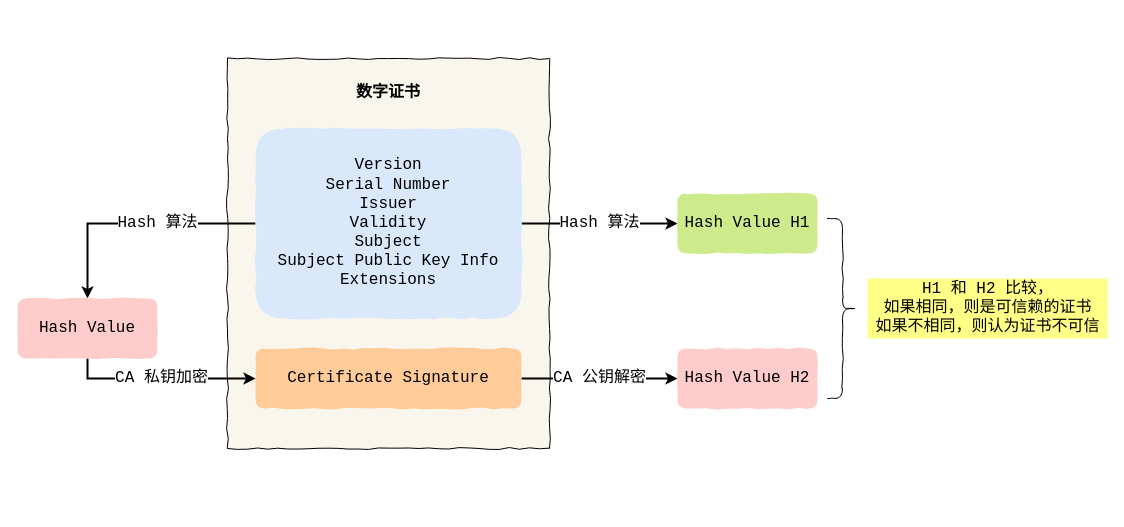
xiaolincoder/ImageHost4 keeps this draw.io diagram as 网络/https/证书的校验.drawio. Above is the earlier version. Source tidied: cells renumbered, new cells numbered last; positions are measured from the earlier drawing's top-left corner, leaving out a move shared by most shapes. Both pictures are drawn from the tidied source at 100%, with x=0, y=0 at pixel (17, 58).
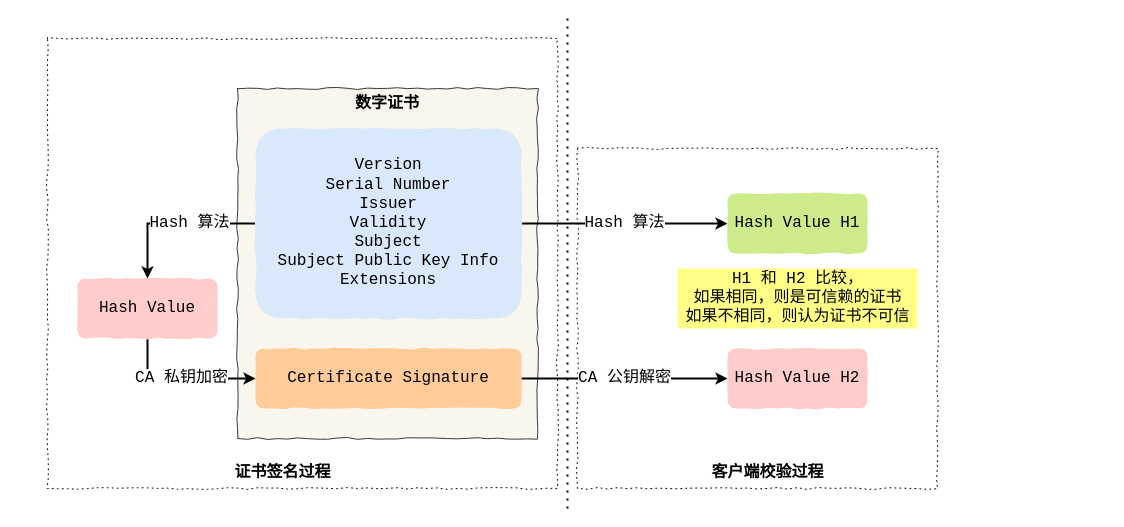
The same diagram, later.

Commit message (it also covers changes not shown here):
更新证书的校验.drawio

The change refers to these unchanged cells:
```xml
<mxCell id="5" value="&lt;div style=&quot;overflow: auto ; margin-top: 0px ; margin-bottom: 0px ; font-size: 16px&quot; class=&quot;newpage&quot;&gt;&lt;span&gt;Version&lt;/span&gt;&lt;/div&gt;&lt;div style=&quot;overflow: auto ; margin-top: 0px ; margin-bottom: 0px ; font-size: 16px&quot; class=&quot;newpage&quot;&gt;&lt;span&gt;Serial Number&lt;/span&gt;&lt;/div&gt;&lt;div style=&quot;overflow: auto ; margin-top: 0px ; margin-bottom: 0px ; font-size: 16px&quot; class=&quot;newpage&quot;&gt;&lt;span&gt;Issuer&lt;/span&gt;&lt;/div&gt;&lt;div style=&quot;overflow: auto ; margin-top: 0px ; margin-bottom: 0px ; font-size: 16px&quot; class=&quot;newpage&quot;&gt;&lt;span&gt;Validity&lt;/span&gt;&lt;/div&gt;&lt;div style=&quot;overflow: auto ; margin-top: 0px ; margin-bottom: 0px ; font-size: 16px&quot; class=&quot;newpage&quot;&gt;&lt;span&gt;Subject&lt;/span&gt;&lt;/div&gt;&lt;div style=&quot;overflow: auto ; margin-top: 0px ; margin-bottom: 0px ; font-size: 16px&quot; class=&quot;newpage&quot;&gt;&lt;span&gt;Subject Public Key Info&lt;/span&gt;&lt;/div&gt;&lt;div style=&quot;overflow: auto ; margin-top: 0px ; margin-bottom: 0px ; font-size: 16px&quot; class=&quot;newpage&quot;&gt;&lt;span&gt;Extensions&lt;/span&gt;&lt;/div&gt;&lt;div style=&quot;overflow: auto ; margin-top: 0px ; margin-bottom: 0px ; font-size: 16px&quot; class=&quot;newpage&quot;&gt;&lt;font style=&quot;font-size: 16px&quot;&gt;&lt;/font&gt;&lt;/div&gt;" style="rounded=1;whiteSpace=wrap;html=1;sketch=0;shadow=0;comic=1;fontFamily=Courier New;labelBackgroundColor=none;fillColor=#dae8fc;fontSize=16;align=center;strokeColor=none;fontStyle=0;" parent="1" vertex="1">
  <mxGeometry x="238" y="70" width="266" height="190" as="geometry" />
</mxCell>
<mxCell id="7" value="&lt;div style=&quot;overflow: auto ; margin-top: 0px ; margin-bottom: 0px&quot; class=&quot;newpage&quot;&gt;&lt;span&gt;Certificate Signature&lt;/span&gt;&lt;br&gt;&lt;/div&gt;&lt;div style=&quot;overflow: auto ; margin-top: 0px ; margin-bottom: 0px ; font-size: 16px&quot; class=&quot;newpage&quot;&gt;&lt;font style=&quot;font-size: 16px&quot;&gt;&lt;/font&gt;&lt;/div&gt;" style="rounded=1;whiteSpace=wrap;html=1;sketch=0;shadow=0;comic=1;fontFamily=Courier New;labelBackgroundColor=none;fillColor=#ffcc99;fontSize=16;align=center;fontStyle=0;strokeColor=none;" parent="1" vertex="1">
  <mxGeometry x="238" y="290" width="266" height="60" as="geometry" />
</mxCell>
```

What changed in the source:
```diff
@@
+    <mxCell id="14" style="rounded=0;whiteSpace=wrap;html=1;shadow=0;comic=1;sketch=0;fontFamily=Courier New;fontSize=16;align=center;dashed=1;dashPattern=1 4;" parent="1" vertex="1">
+      <mxGeometry x="30" y="-20" width="510" height="450" as="geometry" />
+    </mxCell>
+    <mxCell id="15" style="rounded=0;whiteSpace=wrap;html=1;shadow=0;comic=1;sketch=0;fontFamily=Courier New;fontSize=16;align=center;dashed=1;dashPattern=1 4;" parent="1" vertex="1">
+      <mxGeometry x="560" y="90" width="360" height="340" as="geometry" />
+    </mxCell>
+    <mxCell id="16" style="endArrow=none;dashed=1;html=1;dashPattern=1 3;strokeWidth=2;fontFamily=Courier New;fontSize=16;fontColor=#000000;" parent="1" edge="1">
+      <mxGeometry relative="1" as="geometry">
+        <mxPoint x="550" y="450" as="sourcePoint" />
+        <mxPoint x="550" y="-40" as="targetPoint" />
+      </mxGeometry>
+    </mxCell>
-    <mxCell id="2" value="&lt;b&gt;&lt;br&gt;数字证书&lt;/b&gt;" style="rounded=0;whiteSpace=wrap;html=1;shadow=0;comic=1;sketch=0;fontFamily=Courier New;fontSize=16;align=center;horizontal=1;verticalAlign=top;fillColor=#f9f7ed;" parent="1" vertex="1">
-      <mxGeometry x="210" width="322" height="390" as="geometry" />
+    <mxCell id="2" value="&lt;b&gt;数字证书&lt;/b&gt;" style="rounded=0;whiteSpace=wrap;html=1;shadow=0;comic=1;sketch=0;fontFamily=Courier New;fontSize=16;align=center;horizontal=1;verticalAlign=top;fillColor=#f9f7ed;strokeColor=#36393d;" parent="1" vertex="1">
+      <mxGeometry x="220" y="30" width="300" height="350" as="geometry" />
     </mxCell>
     <mxCell id="3" value="Hash 算法" style="edgeStyle=orthogonalEdgeStyle;rounded=0;jettySize=auto;html=1;entryX=0.5;entryY=0;entryDx=0;entryDy=0;strokeWidth=2;fontFamily=Courier New;fontSize=16;fontColor=#000000;" parent="1" edge="1" source="5" target="9">
       <mxGeometry x="-0.19" relative="1" as="geometry">
         <Array as="points">
-          <mxPoint x="70" y="165" />
-          <mxPoint x="70" y="230" />
+          <mxPoint x="130" y="165" />
         </Array>
       </mxGeometry>
     </mxCell>
@@
-    <mxCell id="8" value="CA 私钥加密" style="edgeStyle=orthogonalEdgeStyle;rounded=0;jettySize=auto;html=1;strokeWidth=2;fontFamily=Courier New;fontSize=16;fontColor=#000000;exitX=0.5;exitY=1;exitDx=0;exitDy=0;" parent="1" edge="1" source="9" target="7">
+    <mxCell id="8" value="CA 私钥加密" style="edgeStyle=orthogonalEdgeStyle;rounded=0;jettySize=auto;html=1;strokeWidth=2;fontFamily=Courier New;fontSize=16;fontColor=#000000;exitX=0.5;exitY=1;exitDx=0;exitDy=0;entryX=0;entryY=0.5;entryDx=0;entryDy=0;" parent="1" edge="1" source="9" target="7">
       <mxGeometry relative="1" as="geometry" />
     </mxCell>
     <mxCell id="9" value="Hash Value" style="rounded=1;whiteSpace=wrap;html=1;sketch=0;shadow=0;comic=1;fontFamily=Courier New;labelBackgroundColor=none;fillColor=#ffcccc;fontSize=16;align=center;fontStyle=0;strokeColor=none;" parent="1" vertex="1">
-      <mxGeometry y="240" width="140" height="60" as="geometry" />
+      <mxGeometry x="60" y="220" width="140" height="60" as="geometry" />
     </mxCell>
     <mxCell id="10" value="Hash Value H1" style="rounded=1;whiteSpace=wrap;html=1;sketch=0;shadow=0;comic=1;fontFamily=Courier New;labelBackgroundColor=none;fillColor=#cdeb8b;fontSize=16;align=center;fontStyle=0;strokeColor=none;" parent="1" vertex="1">
-      <mxGeometry x="660" y="135" width="140" height="60" as="geometry" />
+      <mxGeometry x="710" y="135" width="140" height="60" as="geometry" />
     </mxCell>
     <mxCell id="11" value="Hash Value H2" style="rounded=1;whiteSpace=wrap;html=1;sketch=0;shadow=0;comic=1;fontFamily=Courier New;labelBackgroundColor=none;fillColor=#ffcccc;fontSize=16;align=center;fontStyle=0;strokeColor=none;" parent="1" vertex="1">
-      <mxGeometry x="660" y="290" width="140" height="60" as="geometry" />
+      <mxGeometry x="710" y="290" width="140" height="60" as="geometry" />
     </mxCell>
-    <mxCell id="12" style="shape=curlyBracket;whiteSpace=wrap;html=1;rounded=1;shadow=0;comic=1;sketch=0;strokeColor=#000000;fillColor=#dae8fc;fontFamily=Courier New;fontSize=16;align=center;rotation=-180;" parent="1" vertex="1">
-      <mxGeometry x="810" y="160" width="30" height="180" as="geometry" />
-    </mxCell>
     <mxCell id="13" value="H1 和 H2 比较，&lt;br&gt;如果相同，则是可信赖的证书&lt;br&gt;如果不相同，则认为证书不可信" style="text;html=1;align=center;verticalAlign=middle;fontSize=16;fontFamily=Courier New;fillColor=#ffff88;" parent="1" vertex="1">
-      <mxGeometry x="850" y="220" width="240" height="60" as="geometry" />
+      <mxGeometry x="660" y="210" width="240" height="60" as="geometry" />
     </mxCell>
+    <mxCell id="17" value="客户端校验过程" style="text;html=1;align=center;verticalAlign=middle;fontSize=16;fontFamily=Courier New;fontStyle=1;" parent="1" vertex="1">
+      <mxGeometry x="685" y="405" width="130" height="20" as="geometry" />
+    </mxCell>
+    <mxCell id="18" value="证书签名过程" style="text;html=1;align=center;verticalAlign=middle;fontSize=16;fontFamily=Courier New;fontStyle=1;" parent="1" vertex="1">
+      <mxGeometry x="210" y="405" width="110" height="20" as="geometry" />
+    </mxCell>
```
